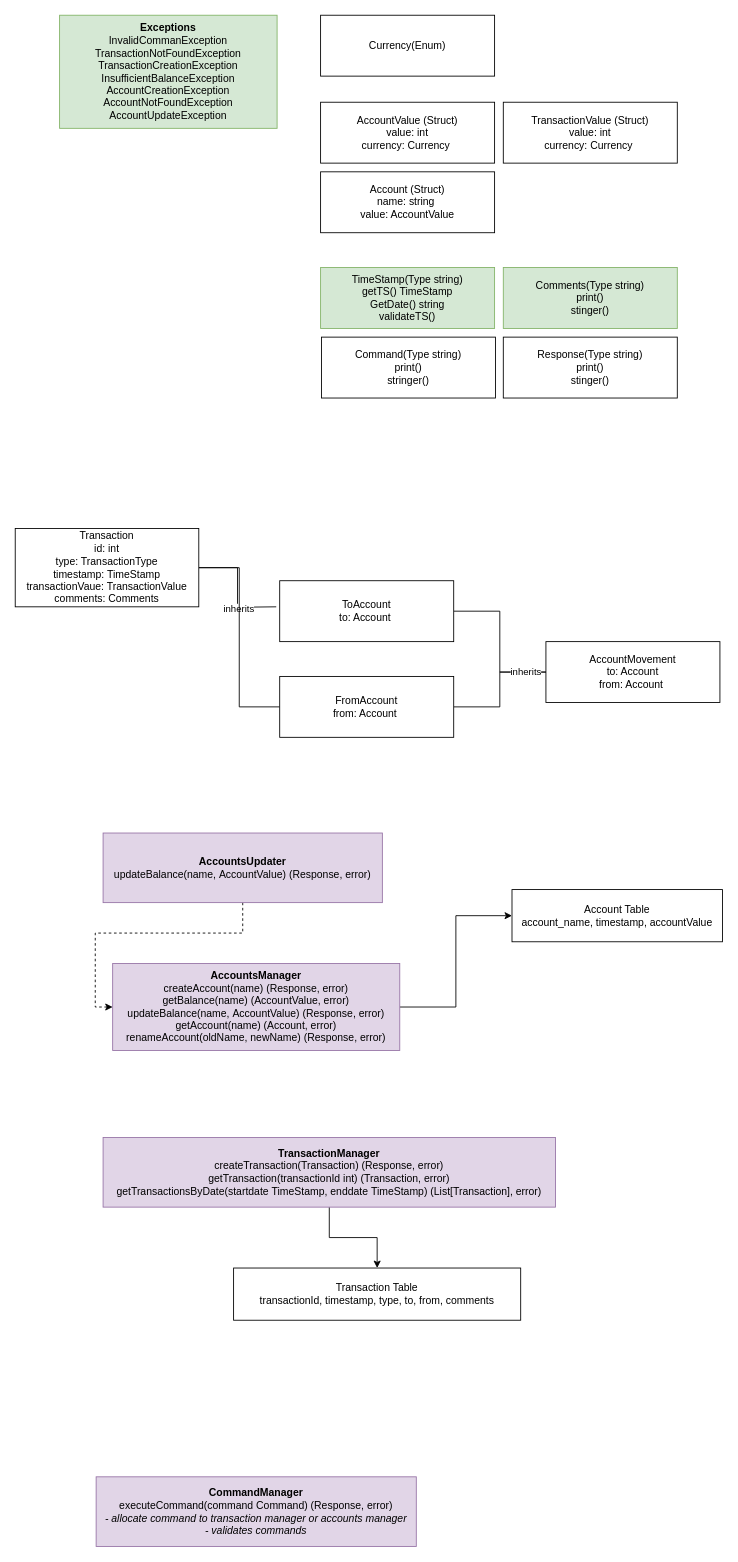
This is page "LLD" (2 of 3) of architecture/personal_finance_utility.drawio from pogo420/persofin, a draw.io file, before an edit. Source tidied: cells renumbered, new cells numbered last; positions are measured from the earlier drawing's top-left corner, leaving out a move shared by most shapes. Both pictures are drawn from the tidied source at 87%, with x=0, y=0 at pixel (15, 15).
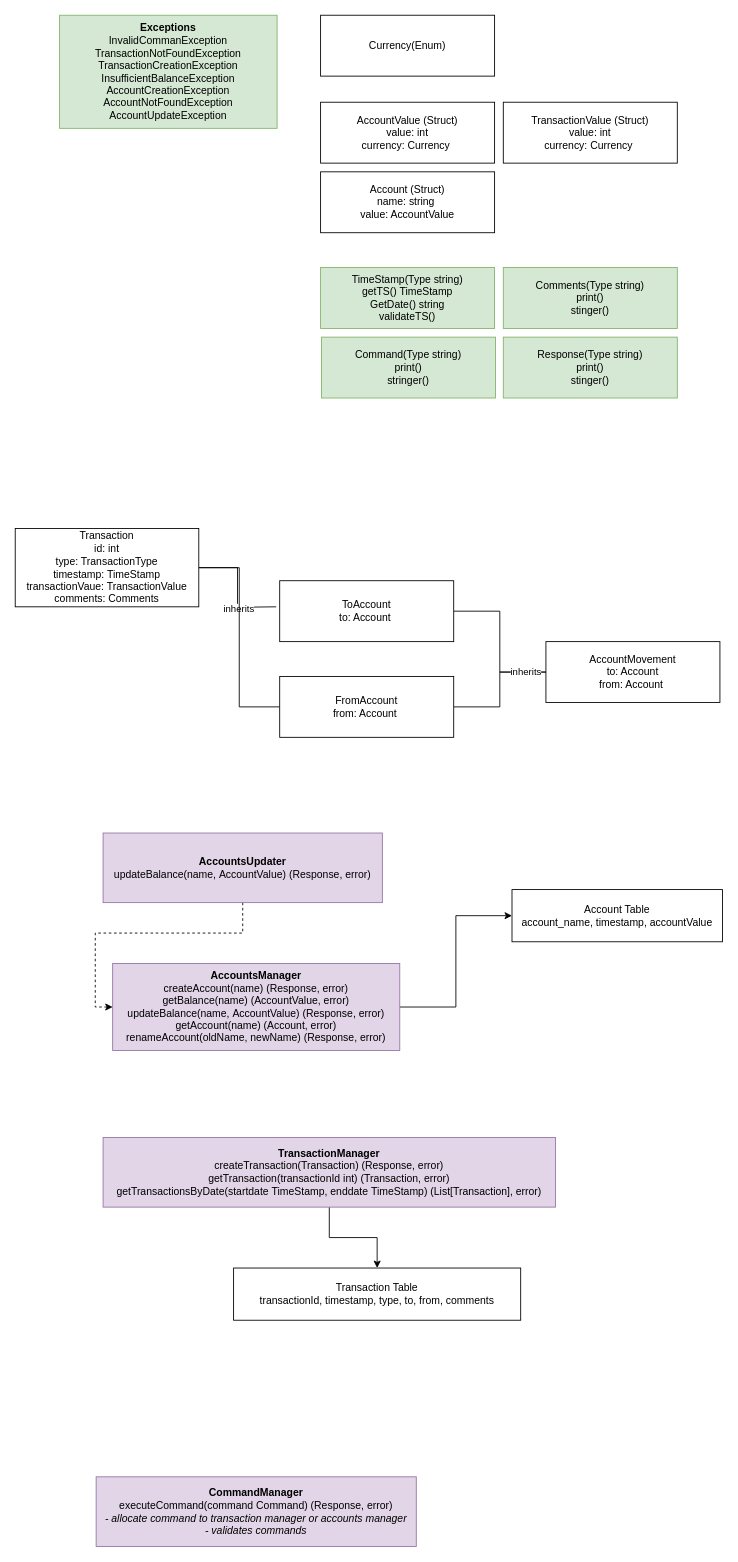
After the change.

Change to the diagram source:
```diff
@@
-    <mxCell id="22" value="Response(Type string)&lt;br&gt;print()&lt;br&gt;stinger()" style="rounded=0;whiteSpace=wrap;html=1;" parent="1" vertex="1">
+    <mxCell id="22" value="Response(Type string)&lt;br&gt;print()&lt;br&gt;stinger()" style="rounded=0;whiteSpace=wrap;html=1;fillColor=#d5e8d4;strokeColor=#82b366;" parent="1" vertex="1">
       <mxGeometry x="561" y="370" width="200" height="70" as="geometry" />
     </mxCell>
@@
-    <mxCell id="27" value="Command(Type string)&lt;br&gt;print()&lt;br&gt;stringer()" style="rounded=0;whiteSpace=wrap;html=1;" parent="1" vertex="1">
+    <mxCell id="27" value="Command(Type string)&lt;br&gt;print()&lt;br&gt;stringer()" style="rounded=0;whiteSpace=wrap;html=1;fillColor=#d5e8d4;strokeColor=#82b366;" parent="1" vertex="1">
       <mxGeometry x="352" y="370" width="200" height="70" as="geometry" />
     </mxCell>
```
